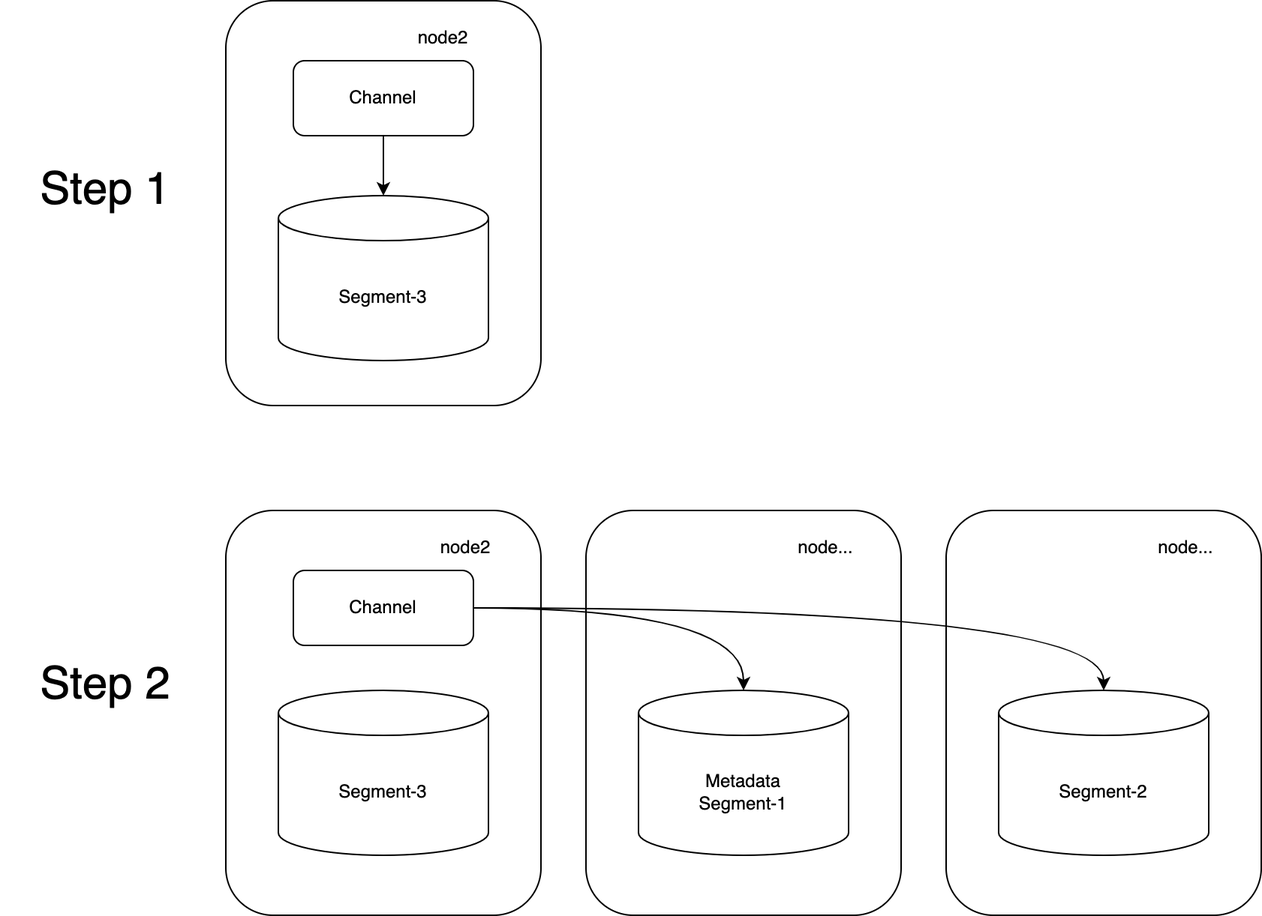
Earlier version of the draw.io export images/assemble-1.png (savonarola/emqx-file-transfer). Source tidied: cells renumbered, new cells last; positions are measured from the earlier drawing's top-left corner, leaving out a move shared by most shapes.
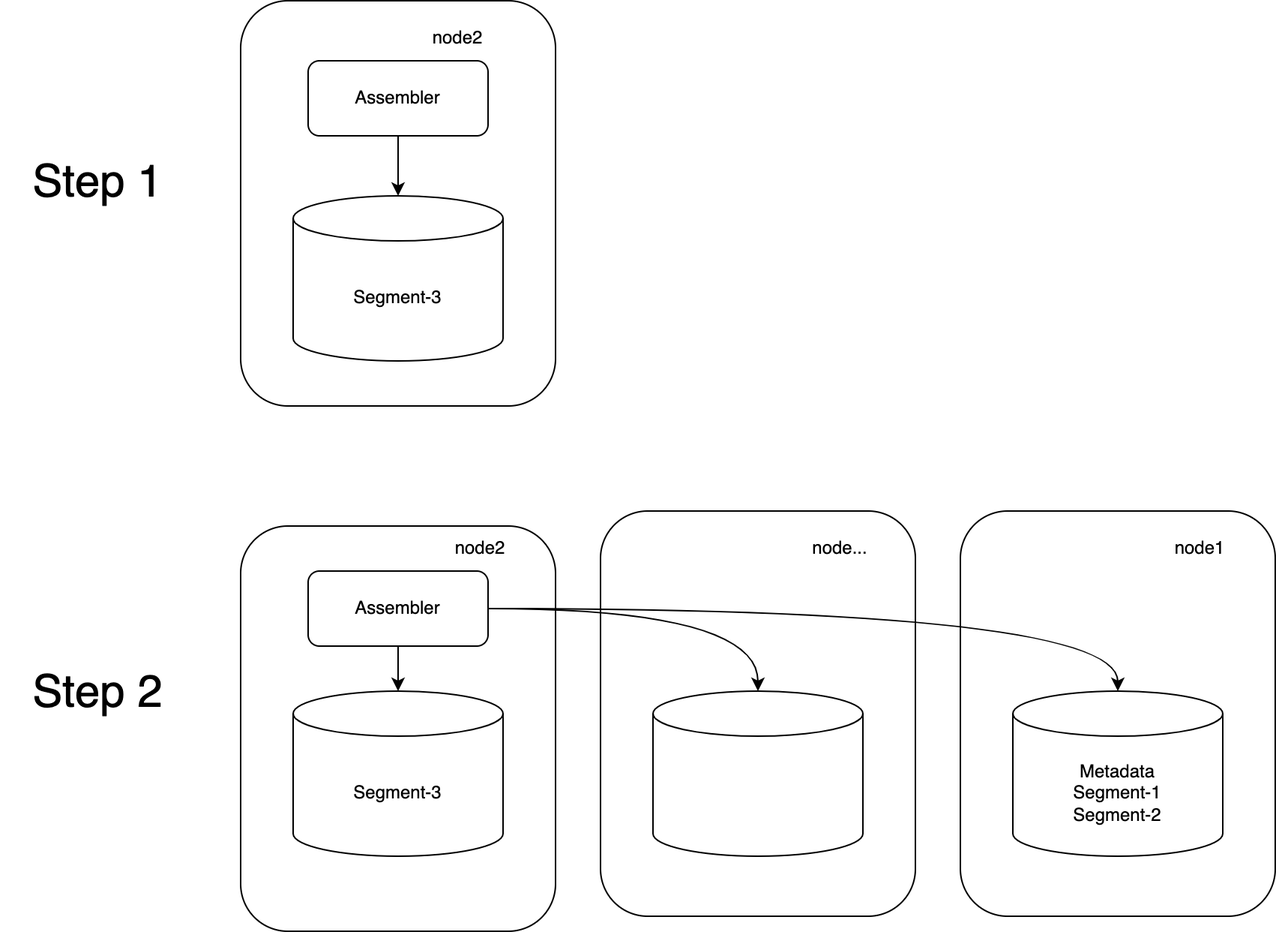
Above is the later version.

Diff of the diagram source:
```diff
@@ -8,7 +8,7 @@
     <mxCell id="3" style="edgeStyle=orthogonalEdgeStyle;rounded=0;jettySize=auto;html=1;exitX=0.5;exitY=1;exitDx=0;exitDy=0;entryX=0.5;entryY=0;entryDx=0;entryDy=0;entryPerimeter=0;" parent="1" edge="1" source="4" target="5">
       <mxGeometry relative="1" as="geometry" />
     </mxCell>
-    <mxCell id="4" value="Channel" style="rounded=1;whiteSpace=wrap;html=1;" parent="1" vertex="1">
+    <mxCell id="4" value="Assembler" style="rounded=1;whiteSpace=wrap;html=1;" parent="1" vertex="1">
       <mxGeometry x="195" y="40" width="120" height="50" as="geometry" />
     </mxCell>
     <mxCell id="5" value="Segment-3" style="shape=cylinder3;whiteSpace=wrap;html=1;boundedLbl=1;backgroundOutline=1;size=15;" parent="1" vertex="1">
@@ -20,22 +20,22 @@
     <mxCell id="7" style="rounded=1;whiteSpace=wrap;html=1;" parent="1" vertex="1">
       <mxGeometry x="390" y="340" width="210" height="270" as="geometry" />
     </mxCell>
-    <mxCell id="8" value="Metadata&lt;br&gt;Segment-1" style="shape=cylinder3;whiteSpace=wrap;html=1;boundedLbl=1;backgroundOutline=1;size=15;" parent="1" vertex="1">
+    <mxCell id="8" style="shape=cylinder3;whiteSpace=wrap;html=1;boundedLbl=1;backgroundOutline=1;size=15;" parent="1" vertex="1">
       <mxGeometry x="425" y="460" width="140" height="110" as="geometry" />
     </mxCell>
     <mxCell id="9" value="node..." style="text;html=1;strokeColor=none;fillColor=none;align=center;verticalAlign=middle;whiteSpace=wrap;rounded=0;fontColor=#000000;" parent="1" vertex="1">
       <mxGeometry x="520" y="350" width="60" height="30" as="geometry" />
     </mxCell>
-    <mxCell id="10" value="&lt;font style=&quot;font-size: 30px;&quot;&gt;Step 1&lt;/font&gt;" style="text;html=1;strokeColor=none;fillColor=none;align=center;verticalAlign=middle;whiteSpace=wrap;rounded=0;fontColor=#000000;" parent="1" vertex="1">
-      <mxGeometry y="110" width="140" height="30" as="geometry" />
-    </mxCell>
     <mxCell id="11" style="rounded=1;whiteSpace=wrap;html=1;" parent="1" vertex="1">
-      <mxGeometry x="150" y="340" width="210" height="270" as="geometry" />
+      <mxGeometry x="150" y="350" width="210" height="270" as="geometry" />
     </mxCell>
+    <mxCell id="21" style="edgeStyle=orthogonalEdgeStyle;curved=1;rounded=0;jettySize=auto;html=1;exitX=0.5;exitY=1;exitDx=0;exitDy=0;entryX=0.5;entryY=0;entryDx=0;entryDy=0;entryPerimeter=0;fontSize=30;fontColor=#000000;" parent="1" edge="1" source="13" target="14">
+      <mxGeometry relative="1" as="geometry" />
+    </mxCell>
-    <mxCell id="12" style="edgeStyle=orthogonalEdgeStyle;rounded=0;jettySize=auto;html=1;exitX=1;exitY=0.5;exitDx=0;exitDy=0;fontSize=30;fontColor=#000000;curved=1;" parent="1" edge="1" source="13" target="8">
+    <mxCell id="12" style="edgeStyle=orthogonalEdgeStyle;rounded=0;jettySize=auto;html=1;exitX=1;exitY=0.5;exitDx=0;exitDy=0;entryX=0.5;entryY=0;entryDx=0;entryDy=0;entryPerimeter=0;curved=1;" parent="1" edge="1" source="13" target="8">
       <mxGeometry relative="1" as="geometry" />
     </mxCell>
-    <mxCell id="13" value="Channel" style="rounded=1;whiteSpace=wrap;html=1;" parent="1" vertex="1">
+    <mxCell id="13" value="Assembler" style="rounded=1;whiteSpace=wrap;html=1;" parent="1" vertex="1">
       <mxGeometry x="195" y="380" width="120" height="50" as="geometry" />
     </mxCell>
     <mxCell id="14" value="Segment-3" style="shape=cylinder3;whiteSpace=wrap;html=1;boundedLbl=1;backgroundOutline=1;size=15;" parent="1" vertex="1">
@@ -44,20 +44,23 @@
     <mxCell id="15" value="node2" style="text;html=1;strokeColor=none;fillColor=none;align=center;verticalAlign=middle;whiteSpace=wrap;rounded=0;fontColor=#000000;" parent="1" vertex="1">
       <mxGeometry x="280" y="350" width="60" height="30" as="geometry" />
     </mxCell>
-    <mxCell id="16" value="&lt;font style=&quot;font-size: 30px;&quot;&gt;Step 2&lt;/font&gt;" style="text;html=1;strokeColor=none;fillColor=none;align=center;verticalAlign=middle;whiteSpace=wrap;rounded=0;fontColor=#000000;" parent="1" vertex="1">
-      <mxGeometry y="440" width="140" height="30" as="geometry" />
-    </mxCell>
     <mxCell id="17" style="rounded=1;whiteSpace=wrap;html=1;" parent="1" vertex="1">
       <mxGeometry x="630" y="340" width="210" height="270" as="geometry" />
     </mxCell>
-    <mxCell id="18" value="Segment-2" style="shape=cylinder3;whiteSpace=wrap;html=1;boundedLbl=1;backgroundOutline=1;size=15;" parent="1" vertex="1">
+    <mxCell id="18" value="Metadata&lt;br style=&quot;border-color: var(--border-color);&quot;&gt;Segment-1&lt;br&gt;Segment-2" style="shape=cylinder3;whiteSpace=wrap;html=1;boundedLbl=1;backgroundOutline=1;size=15;" parent="1" vertex="1">
       <mxGeometry x="665" y="460" width="140" height="110" as="geometry" />
     </mxCell>
-    <mxCell id="19" value="node..." style="text;html=1;strokeColor=none;fillColor=none;align=center;verticalAlign=middle;whiteSpace=wrap;rounded=0;fontColor=#000000;" parent="1" vertex="1">
+    <mxCell id="19" value="node1" style="text;html=1;strokeColor=none;fillColor=none;align=center;verticalAlign=middle;whiteSpace=wrap;rounded=0;fontColor=#000000;" parent="1" vertex="1">
       <mxGeometry x="760" y="350" width="60" height="30" as="geometry" />
     </mxCell>
     <mxCell id="20" style="edgeStyle=orthogonalEdgeStyle;curved=1;rounded=0;jettySize=auto;html=1;exitX=1;exitY=0.5;exitDx=0;exitDy=0;entryX=0.5;entryY=0;entryDx=0;entryDy=0;entryPerimeter=0;fontSize=30;fontColor=#000000;" parent="1" edge="1" source="13" target="18">
       <mxGeometry relative="1" as="geometry" />
     </mxCell>
+    <mxCell id="10" value="&lt;font style=&quot;font-size: 30px;&quot;&gt;Step 1&lt;/font&gt;" style="text;html=1;strokeColor=none;fillColor=none;align=center;verticalAlign=middle;whiteSpace=wrap;rounded=0;" parent="1" vertex="1">
+      <mxGeometry x="-10" y="100" width="130" height="40" as="geometry" />
+    </mxCell>
+    <mxCell id="16" value="&lt;font style=&quot;font-size: 30px;&quot;&gt;Step 2&lt;/font&gt;" style="text;html=1;strokeColor=none;fillColor=none;align=center;verticalAlign=middle;whiteSpace=wrap;rounded=0;" parent="1" vertex="1">
+      <mxGeometry x="-10" y="440" width="130" height="40" as="geometry" />
+    </mxCell>
   </root>
 </mxGraphModel>
```
